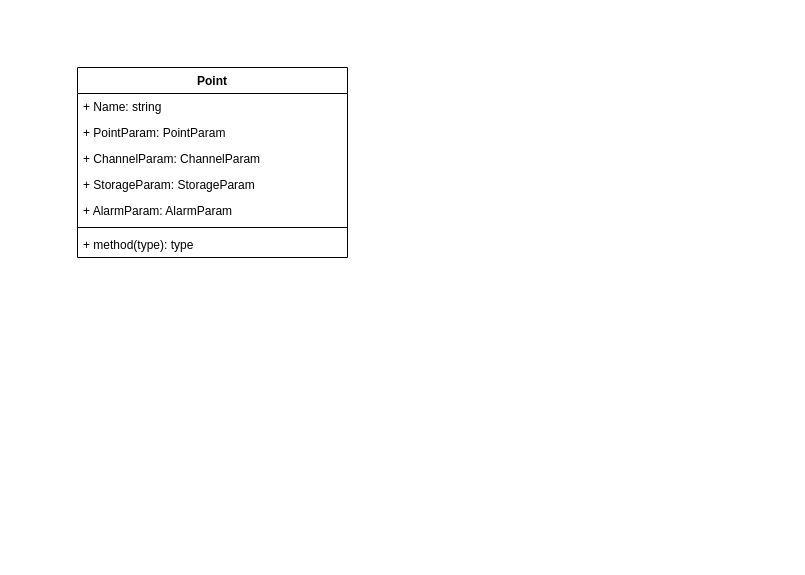
The draw.io diagram page "Point" (1 of 7) of Untitled Diagram.drawio in javaDevp/3DExplore, before the edit. Source tidied: cells renumbered, new cells numbered last; positions are measured from the earlier drawing's top-left corner, leaving out a move shared by most shapes. Both pictures are drawn from the tidied source at 100%, with x=0, y=0 at pixel (77, 67).
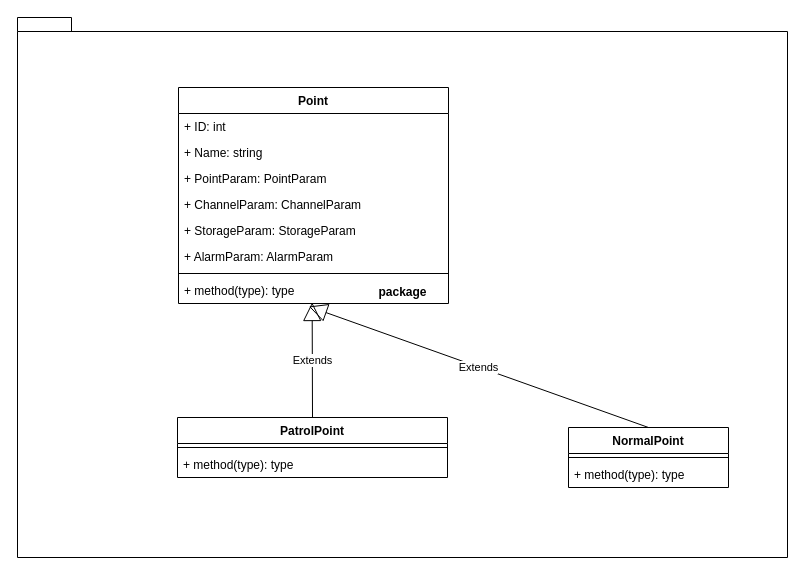
Above is the later version.

What changed in the source:
```diff
@@
+    <mxCell id="10" style="group;" parent="1" vertex="1">
+      <mxGeometry x="-60" y="-50" width="770" height="540" as="geometry" />
+    </mxCell>
+    <mxCell id="11" value="package" style="shape=folder;fontStyle=1;spacingTop=10;tabWidth=40;tabHeight=14;tabPosition=left;html=1;" parent="10" vertex="1">
+      <mxGeometry width="770" height="540" as="geometry" />
+    </mxCell>
-    <mxCell id="2" value="Point" style="swimlane;fontStyle=1;align=center;verticalAlign=top;horizontal=1;startSize=26;" parent="1" vertex="1">
-      <mxGeometry width="270" height="190" as="geometry" />
+    <mxCell id="2" value="Point" style="swimlane;fontStyle=1;align=center;verticalAlign=top;horizontal=1;startSize=26;" parent="10" vertex="1">
+      <mxGeometry x="161" y="70" width="270" height="216" as="geometry" />
     </mxCell>
+    <mxCell id="12" value="+ ID: int" style="text;strokeColor=none;fillColor=none;align=left;verticalAlign=top;spacingLeft=4;spacingRight=4;overflow=hidden;" parent="2" vertex="1">
+      <mxGeometry y="26" width="270" height="26" as="geometry" />
+    </mxCell>
     <mxCell id="3" value="+ Name: string" style="text;strokeColor=none;fillColor=none;align=left;verticalAlign=top;spacingLeft=4;spacingRight=4;overflow=hidden;" parent="2" vertex="1">
-      <mxGeometry y="26" width="270" height="26" as="geometry" />
+      <mxGeometry y="52" width="270" height="26" as="geometry" />
     </mxCell>
     <mxCell id="4" value="+ PointParam: PointParam" style="text;strokeColor=none;fillColor=none;align=left;verticalAlign=top;spacingLeft=4;spacingRight=4;overflow=hidden;" parent="2" vertex="1">
-      <mxGeometry y="52" width="270" height="26" as="geometry" />
+      <mxGeometry y="78" width="270" height="26" as="geometry" />
     </mxCell>
     <mxCell id="5" value="+ ChannelParam: ChannelParam" style="text;strokeColor=none;fillColor=none;align=left;verticalAlign=top;spacingLeft=4;spacingRight=4;overflow=hidden;" parent="2" vertex="1">
-      <mxGeometry y="78" width="270" height="26" as="geometry" />
+      <mxGeometry y="104" width="270" height="26" as="geometry" />
     </mxCell>
     <mxCell id="6" value="+ StorageParam: StorageParam" style="text;strokeColor=none;fillColor=none;align=left;verticalAlign=top;spacingLeft=4;spacingRight=4;overflow=hidden;" parent="2" vertex="1">
-      <mxGeometry y="104" width="270" height="26" as="geometry" />
+      <mxGeometry y="130" width="270" height="26" as="geometry" />
     </mxCell>
     <mxCell id="7" value="+ AlarmParam: AlarmParam" style="text;strokeColor=none;fillColor=none;align=left;verticalAlign=top;spacingLeft=4;spacingRight=4;overflow=hidden;" parent="2" vertex="1">
-      <mxGeometry y="130" width="270" height="26" as="geometry" />
+      <mxGeometry y="156" width="270" height="26" as="geometry" />
     </mxCell>
     <mxCell id="8" style="line;strokeWidth=1;fillColor=none;align=left;verticalAlign=middle;spacingTop=-1;spacingLeft=3;spacingRight=3;labelPosition=right;" parent="2" vertex="1">
-      <mxGeometry y="156" width="270" height="8" as="geometry" />
+      <mxGeometry y="182" width="270" height="8" as="geometry" />
     </mxCell>
     <mxCell id="9" value="+ method(type): type" style="text;strokeColor=none;fillColor=none;align=left;verticalAlign=top;spacingLeft=4;spacingRight=4;overflow=hidden;points=[[0,0.5],[1,0.5]];portConstraint=eastwest;" parent="2" vertex="1">
-      <mxGeometry y="164" width="270" height="26" as="geometry" />
+      <mxGeometry y="190" width="270" height="26" as="geometry" />
     </mxCell>
+    <mxCell id="13" value="PatrolPoint" style="swimlane;fontStyle=1;align=center;verticalAlign=top;horizontal=1;startSize=26;" parent="10" vertex="1">
+      <mxGeometry x="160" y="400" width="270" height="60" as="geometry" />
+    </mxCell>
+    <mxCell id="14" style="line;strokeWidth=1;fillColor=none;align=left;verticalAlign=middle;spacingTop=-1;spacingLeft=3;spacingRight=3;labelPosition=right;" parent="13" vertex="1">
+      <mxGeometry y="26" width="270" height="8" as="geometry" />
+    </mxCell>
+    <mxCell id="15" value="+ method(type): type" style="text;strokeColor=none;fillColor=none;align=left;verticalAlign=top;spacingLeft=4;spacingRight=4;overflow=hidden;" parent="13" vertex="1">
+      <mxGeometry y="34" width="270" height="26" as="geometry" />
+    </mxCell>
+    <mxCell id="16" value="Extends" style="endArrow=block;endSize=16;endFill=0;html=1;rounded=0;entryX=0.495;entryY=0.962;entryDx=0;entryDy=0;entryPerimeter=0;exitX=0.5;exitY=0;exitDx=0;exitDy=0;" parent="10" edge="1" source="13" target="9">
+      <mxGeometry relative="1" as="geometry" />
+    </mxCell>
+    <mxCell id="17" value="NormalPoint" style="swimlane;fontStyle=1;align=center;verticalAlign=top;horizontal=1;startSize=26;" parent="10" vertex="1">
+      <mxGeometry x="551" y="410" width="160" height="60" as="geometry" />
+    </mxCell>
+    <mxCell id="18" style="line;strokeWidth=1;fillColor=none;align=left;verticalAlign=middle;spacingTop=-1;spacingLeft=3;spacingRight=3;labelPosition=right;" parent="17" vertex="1">
+      <mxGeometry y="26" width="160" height="8" as="geometry" />
+    </mxCell>
+    <mxCell id="19" value="+ method(type): type" style="text;strokeColor=none;fillColor=none;align=left;verticalAlign=top;spacingLeft=4;spacingRight=4;overflow=hidden;" parent="17" vertex="1">
+      <mxGeometry y="34" width="160" height="26" as="geometry" />
+    </mxCell>
+    <mxCell id="20" value="Extends" style="endArrow=block;endSize=16;endFill=0;html=1;rounded=0;exitX=0.5;exitY=0;exitDx=0;exitDy=0;entryX=0.483;entryY=1.115;entryDx=0;entryDy=0;entryPerimeter=0;" parent="10" edge="1" source="17" target="9">
+      <mxGeometry relative="1" as="geometry" />
+    </mxCell>
```
